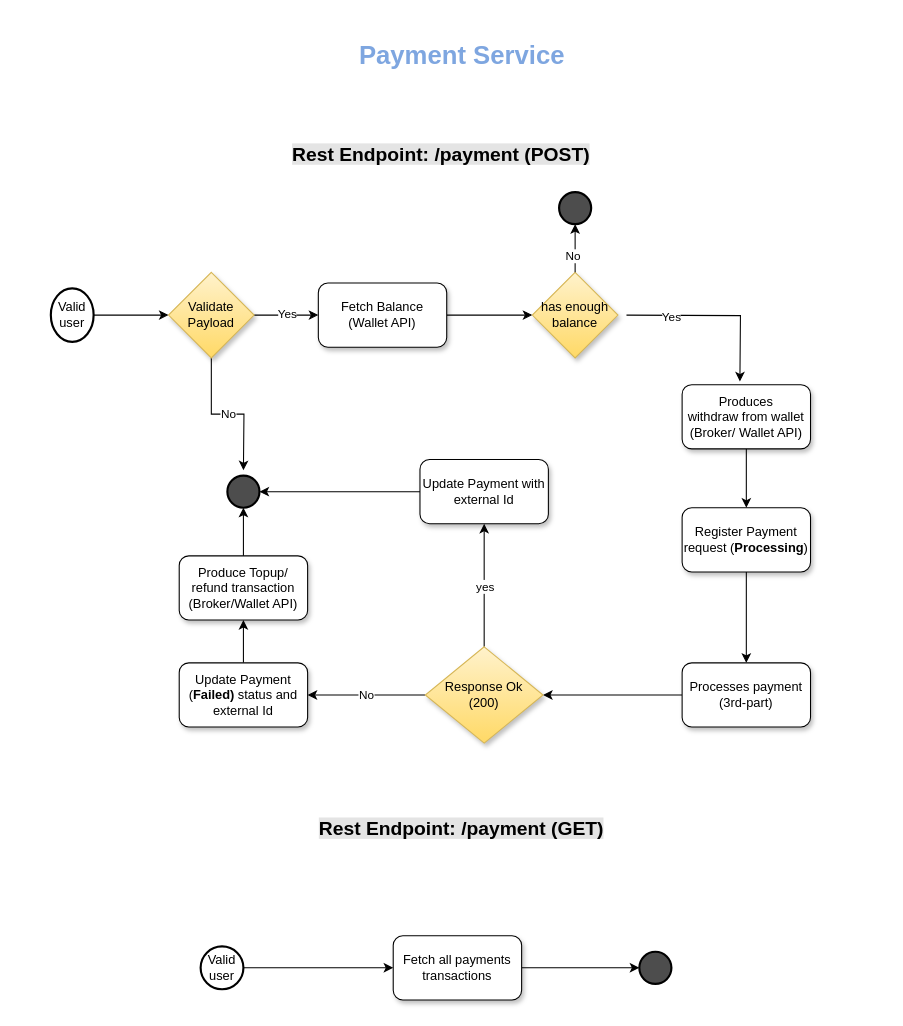
The draw.io diagram page "Payment FlowChart" (3 of 4) of docs/ontop_assessment.drawio in sabrinamidori/wallet, before the edit. Source tidied: cells renumbered, new cells numbered last; positions are measured from the earlier drawing's top-left corner, leaving out a move shared by most shapes. Both pictures are drawn from the tidied source at 107%, with x=0, y=0 at pixel (18, 18).
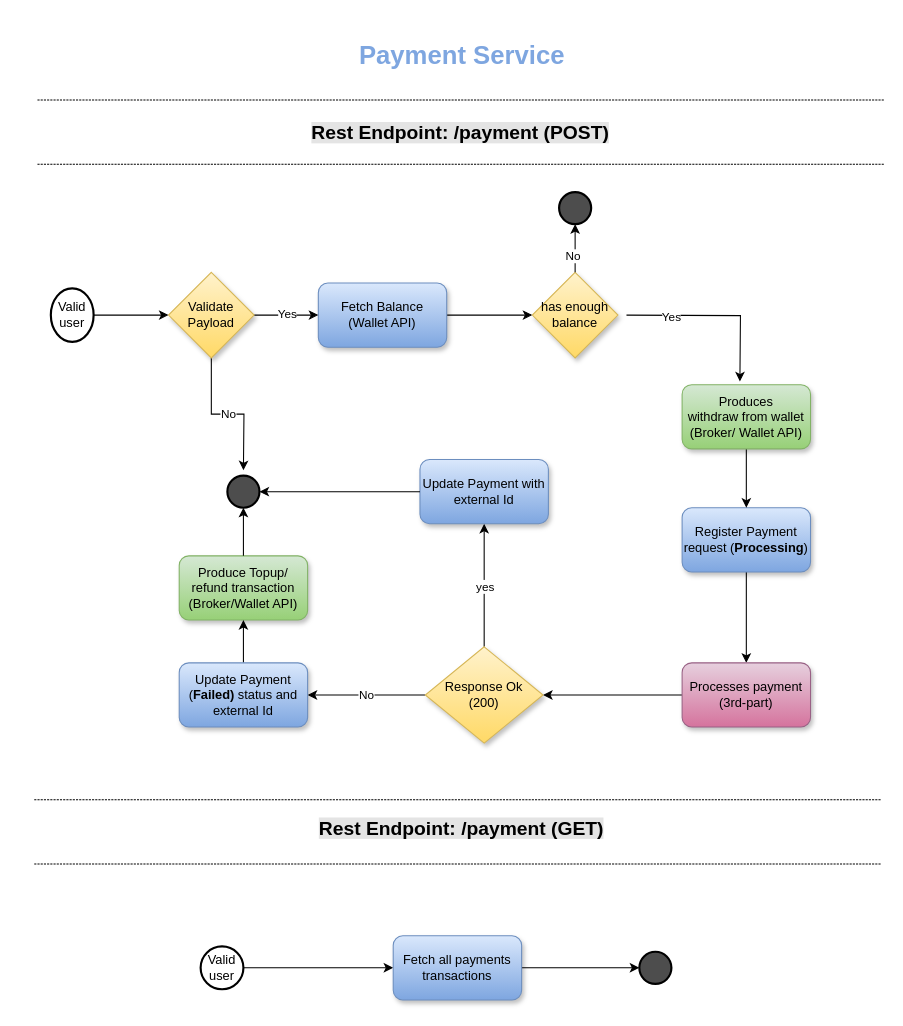
The same diagram, later.

What changed in the source:
```diff
@@
-    <mxCell id="5" value="Fetch Balance&lt;br&gt;(Wallet API)" style="rounded=1;whiteSpace=wrap;html=1;shadow=1;" parent="1" vertex="1">
+    <mxCell id="5" value="Fetch Balance&lt;br&gt;(Wallet API)" style="rounded=1;whiteSpace=wrap;html=1;shadow=1;fillColor=#dae8fc;gradientColor=#7ea6e0;strokeColor=#6c8ebf;" parent="1" vertex="1">
       <mxGeometry x="280" y="247" width="120" height="60" as="geometry" />
     </mxCell>
@@
-    <mxCell id="12" value="Register Payment request (&lt;b&gt;Processing&lt;/b&gt;)" style="rounded=1;whiteSpace=wrap;html=1;shadow=1;" parent="1" vertex="1">
+    <mxCell id="12" value="Register Payment request (&lt;b&gt;Processing&lt;/b&gt;)" style="rounded=1;whiteSpace=wrap;html=1;shadow=1;fillColor=#dae8fc;gradientColor=#7ea6e0;strokeColor=#6c8ebf;" parent="1" vertex="1">
       <mxGeometry x="620" y="457" width="120" height="60" as="geometry" />
     </mxCell>
@@
-    <mxCell id="14" value="Produces&lt;div&gt;withdraw from wallet&lt;br&gt;&lt;div&gt;(Broker/ Wallet API)&lt;/div&gt;&lt;/div&gt;" style="rounded=1;whiteSpace=wrap;html=1;shadow=1;" parent="1" vertex="1">
+    <mxCell id="14" value="Produces&lt;div&gt;withdraw from wallet&lt;br&gt;&lt;div&gt;(Broker/ Wallet API)&lt;/div&gt;&lt;/div&gt;" style="rounded=1;whiteSpace=wrap;html=1;shadow=1;fillColor=#d5e8d4;gradientColor=#97d077;strokeColor=#82b366;" parent="1" vertex="1">
       <mxGeometry x="620" y="342" width="120" height="60" as="geometry" />
     </mxCell>
@@
-    <mxCell id="16" value="Processes payment&lt;br&gt;(3rd-part)" style="rounded=1;whiteSpace=wrap;html=1;shadow=1;" parent="1" vertex="1">
+    <mxCell id="16" value="Processes payment&lt;br&gt;(3rd-part)" style="rounded=1;whiteSpace=wrap;html=1;shadow=1;fillColor=#e6d0de;gradientColor=#d5739d;strokeColor=#996185;" parent="1" vertex="1">
       <mxGeometry x="620" y="602" width="120" height="60" as="geometry" />
     </mxCell>
@@
-    <mxCell id="21" value="Update Payment with external Id" style="rounded=1;whiteSpace=wrap;html=1;shadow=1;" parent="1" vertex="1">
+    <mxCell id="21" value="Update Payment with external Id" style="rounded=1;whiteSpace=wrap;html=1;shadow=1;fillColor=#dae8fc;gradientColor=#7ea6e0;strokeColor=#6c8ebf;" parent="1" vertex="1">
       <mxGeometry x="375" y="412" width="120" height="60" as="geometry" />
     </mxCell>
@@
-    <mxCell id="23" value="Produce Topup/ refund transaction&lt;br&gt;(Broker/Wallet API)" style="rounded=1;whiteSpace=wrap;html=1;shadow=1;" parent="1" vertex="1">
+    <mxCell id="23" value="Produce Topup/ refund transaction&lt;br&gt;(Broker/Wallet API)" style="rounded=1;whiteSpace=wrap;html=1;shadow=1;fillColor=#d5e8d4;gradientColor=#97d077;strokeColor=#82b366;" parent="1" vertex="1">
       <mxGeometry x="150" y="502" width="120" height="60" as="geometry" />
     </mxCell>
@@
-    <mxCell id="25" value="Update Payment (&lt;b&gt;Failed)&lt;/b&gt; status and external Id" style="rounded=1;whiteSpace=wrap;html=1;shadow=1;" parent="1" vertex="1">
+    <mxCell id="25" value="Update Payment (&lt;b&gt;Failed)&lt;/b&gt; status and external Id" style="rounded=1;whiteSpace=wrap;html=1;shadow=1;fillColor=#dae8fc;gradientColor=#7ea6e0;strokeColor=#6c8ebf;" parent="1" vertex="1">
       <mxGeometry x="150" y="602" width="120" height="60" as="geometry" />
     </mxCell>
@@
     <mxCell id="33" value="&lt;h2&gt;&lt;b style=&quot;background-color: rgb(228, 228, 228);&quot;&gt;Rest Endpoint: /payment (POST)&lt;/b&gt;&lt;/h2&gt;" style="text;html=1;align=center;verticalAlign=middle;whiteSpace=wrap;rounded=0;" parent="1" vertex="1">
-      <mxGeometry y="112" width="790" height="30" as="geometry" />
+      <mxGeometry x="18" y="92" width="790" height="30" as="geometry" />
     </mxCell>
@@
-    <mxCell id="38" value="Fetch all payments transactions" style="rounded=1;whiteSpace=wrap;html=1;shadow=1;" parent="1" vertex="1">
+    <mxCell id="38" value="Fetch all payments transactions" style="rounded=1;whiteSpace=wrap;html=1;shadow=1;fillColor=#dae8fc;gradientColor=#7ea6e0;strokeColor=#6c8ebf;" parent="1" vertex="1">
       <mxGeometry x="350" y="857" width="120" height="60" as="geometry" />
     </mxCell>
@@
+    <mxCell id="41" style="shape=partialRectangle;whiteSpace=wrap;html=1;left=0;right=0;fillColor=none;dashed=1;dashPattern=1 2;" parent="1" vertex="1">
+      <mxGeometry x="18" y="76" width="790" height="60" as="geometry" />
+    </mxCell>
+    <mxCell id="42" style="shape=partialRectangle;whiteSpace=wrap;html=1;left=0;right=0;fillColor=none;dashed=1;dashPattern=1 2;" parent="1" vertex="1">
+      <mxGeometry x="15" y="730" width="790" height="60" as="geometry" />
+    </mxCell>
```
